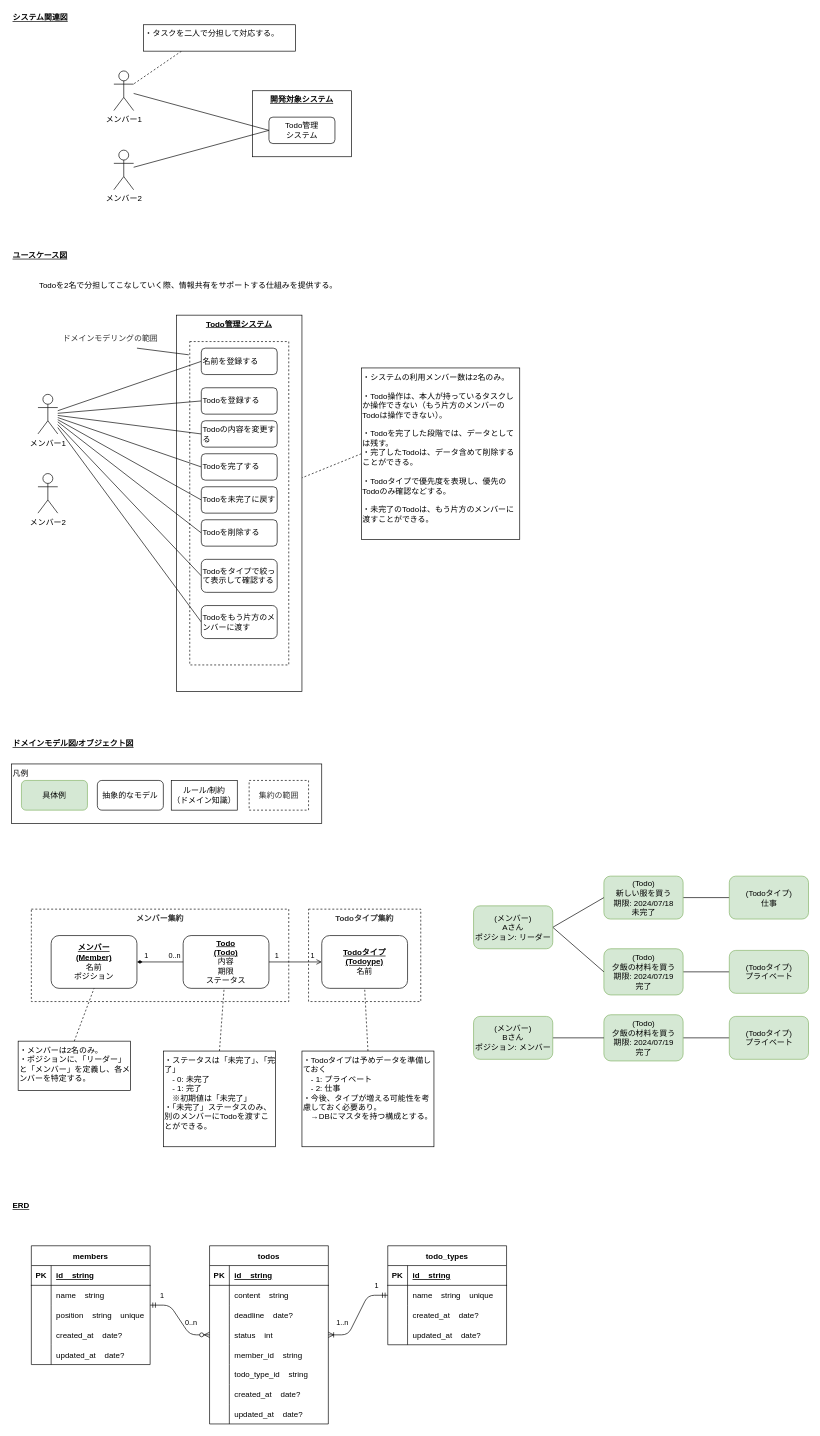
atman-33/electron-vite-react-ddd-ts keeps this draw.io diagram as src/main/domain/models/domain-model.drawio. Above is the earlier version. Source tidied: cells renumbered, new cells numbered last; positions are measured from the earlier drawing's top-left corner, leaving out a move shared by most shapes. Both pictures are drawn from the tidied source at 66%, with x=0, y=0 at pixel (11, 11).
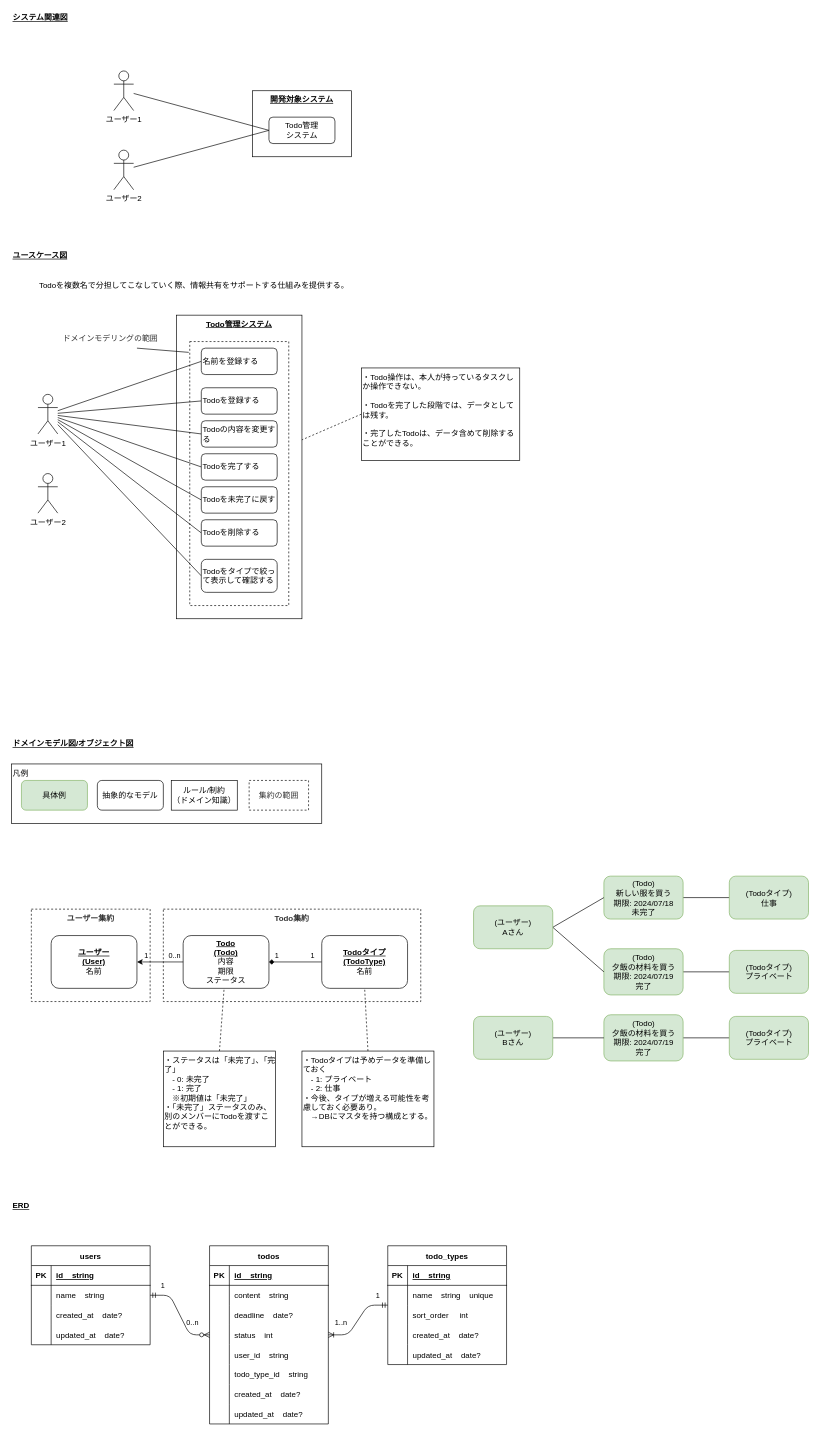
Above is the later version.

Commit message (it also covers changes not shown here):
refactor: リファクタリング

ドメインモデル図とconfig-repositoryを更新した。

Unchanged cells that the change refers to:
```xml
<mxCell id="40" value="&lt;u style=&quot;font-weight: bold;&quot;&gt;Todo&lt;/u&gt;&lt;br&gt;&lt;u style=&quot;font-weight: bold;&quot;&gt;(Todo)&lt;/u&gt;&lt;br&gt;内容&lt;br&gt;期限&lt;br&gt;ステータス" style="rounded=1;whiteSpace=wrap;html=1;align=center;" parent="1" vertex="1">
  <mxGeometry x="260" y="1400" width="130" height="80" as="geometry" />
</mxCell>
<mxCell id="95" style="shape=tableRow;horizontal=0;startSize=0;swimlaneHead=0;swimlaneBody=0;fillColor=none;top=0;left=0;right=0;bottom=0;" parent="82" vertex="1">
  <mxGeometry y="150" width="180" height="30" as="geometry" />
</mxCell>
```

Diff of the diagram source:
```diff
@@
-    <mxCell id="3" value="メンバー集約" style="rounded=0;whiteSpace=wrap;html=1;fontColor=#333333;dashed=1;verticalAlign=top;fontStyle=1;" parent="1" vertex="1">
-      <mxGeometry x="30" y="1360" width="390" height="140" as="geometry" />
+    <mxCell id="3" value="ユーザー集約" style="rounded=0;whiteSpace=wrap;html=1;fontColor=#333333;dashed=1;verticalAlign=top;fontStyle=1;" parent="1" vertex="1">
+      <mxGeometry x="30" y="1360" width="180" height="140" as="geometry" />
     </mxCell>
-    <mxCell id="4" value="Todoタイプ集約" style="rounded=0;whiteSpace=wrap;html=1;fontColor=#333333;dashed=1;verticalAlign=top;fontStyle=1;" parent="1" vertex="1">
-      <mxGeometry x="450" y="1360" width="170" height="140" as="geometry" />
+    <mxCell id="4" value="Todo集約" style="rounded=0;whiteSpace=wrap;html=1;fontColor=#333333;dashed=1;verticalAlign=top;fontStyle=1;" parent="1" vertex="1">
+      <mxGeometry x="230" y="1360" width="390" height="140" as="geometry" />
     </mxCell>
     <mxCell id="5" value="&lt;u&gt;&lt;b&gt;Todo管理システム&lt;/b&gt;&lt;/u&gt;" style="rounded=0;whiteSpace=wrap;html=1;verticalAlign=top;" parent="1" vertex="1">
-      <mxGeometry x="250" y="460" width="190" height="570" as="geometry" />
+      <mxGeometry x="250" y="460" width="190" height="460" as="geometry" />
     </mxCell>
     <mxCell id="6" style="rounded=0;whiteSpace=wrap;html=1;fontColor=#FF0000;dashed=1;fillColor=default;" parent="1" vertex="1">
-      <mxGeometry x="270" y="500" width="150" height="490" as="geometry" />
+      <mxGeometry x="270" y="500" width="150" height="400" as="geometry" />
     </mxCell>
@@
-    <mxCell id="8" value="メンバー1" style="shape=umlActor;verticalLabelPosition=bottom;verticalAlign=top;html=1;outlineConnect=0;" parent="1" vertex="1">
+    <mxCell id="8" value="ユーザー1" style="shape=umlActor;verticalLabelPosition=bottom;verticalAlign=top;html=1;outlineConnect=0;" parent="1" vertex="1">
       <mxGeometry x="40" y="580" width="30" height="60" as="geometry" />
     </mxCell>
@@
-    <mxCell id="20" value="・システムの利用メンバー数は2名のみ。&lt;br&gt;&lt;br&gt;・Todo操作は、本人が持っているタスクしか操作できない（もう片方のメンバーのTodoは操作できない）。&lt;br&gt;&lt;br&gt;・Todoを完了した段階では、データとしては残す。&lt;br&gt;・完了したTodoは、データ含めて削除することができる。&lt;br&gt;&lt;br&gt;・Todoタイプで優先度を表現し、優先のTodoのみ確認などする。&lt;br&gt;&lt;br&gt;・未完了のTodoは、もう片方のメンバーに渡すことができる。" style="rounded=0;whiteSpace=wrap;html=1;fillColor=default;align=left;verticalAlign=top;" parent="1" vertex="1">
-      <mxGeometry x="530" y="540" width="240" height="260" as="geometry" />
+    <mxCell id="20" value="・Todo操作は、本人が持っているタスクしか操作できない。&lt;br&gt;&lt;br&gt;・Todoを完了した段階では、データとしては残す。&lt;br&gt;&lt;br&gt;・完了したTodoは、データ含めて削除することができる。" style="rounded=0;whiteSpace=wrap;html=1;fillColor=default;align=left;verticalAlign=top;" parent="1" vertex="1">
+      <mxGeometry x="530" y="540" width="240" height="140" as="geometry" />
     </mxCell>
@@
-    <mxCell id="37" style="edgeStyle=none;html=1;exitX=1;exitY=0.5;exitDx=0;exitDy=0;entryX=0;entryY=0.5;entryDx=0;entryDy=0;endArrow=open;endFill=0;" parent="1" edge="1" source="40" target="55">
+    <mxCell id="37" style="edgeStyle=none;html=1;exitX=1;exitY=0.5;exitDx=0;exitDy=0;entryX=0;entryY=0.5;entryDx=0;entryDy=0;endArrow=none;endFill=0;startArrow=diamond;startFill=1;" parent="1" edge="1" source="40" target="55">
       <mxGeometry relative="1" as="geometry" />
     </mxCell>
@@
-    <mxCell id="41" value="メンバー2" style="shape=umlActor;verticalLabelPosition=bottom;verticalAlign=top;html=1;" parent="1" vertex="1">
+    <mxCell id="41" value="ユーザー2" style="shape=umlActor;verticalLabelPosition=bottom;verticalAlign=top;html=1;" parent="1" vertex="1">
       <mxGeometry x="40" y="700" width="30" height="60" as="geometry" />
     </mxCell>
-    <mxCell id="42" style="edgeStyle=none;html=1;exitX=0;exitY=0.5;exitDx=0;exitDy=0;endArrow=none;endFill=0;" parent="1" edge="1" source="43" target="8">
-      <mxGeometry relative="1" as="geometry" />
-    </mxCell>
-    <mxCell id="43" value="Todoをもう片方のメンバーに渡す" style="rounded=1;whiteSpace=wrap;html=1;align=left;" parent="1" vertex="1">
-      <mxGeometry x="287.5" y="900" width="115" height="50" as="geometry" />
-    </mxCell>
-    <mxCell id="44" value="Todoを2名で分担してこなしていく際、情報共有をサポートする仕組みを提供する。" style="text;html=1;strokeColor=none;fillColor=none;align=left;verticalAlign=middle;whiteSpace=wrap;rounded=0;" parent="1" vertex="1">
+    <mxCell id="44" value="Todoを複数名で分担してこなしていく際、情報共有をサポートする仕組みを提供する。" style="text;html=1;strokeColor=none;fillColor=none;align=left;verticalAlign=middle;whiteSpace=wrap;rounded=0;" parent="1" vertex="1">
       <mxGeometry x="40" y="400" width="500" height="30" as="geometry" />
     </mxCell>
@@
-    <mxCell id="47" value="(メンバー)&lt;br&gt;Aさん&lt;br&gt;ポジション: リーダー" style="rounded=1;whiteSpace=wrap;html=1;align=center;fillColor=#d5e8d4;strokeColor=#82b366;" parent="1" vertex="1">
+    <mxCell id="47" value="(ユーザー)&lt;br&gt;Aさん" style="rounded=1;whiteSpace=wrap;html=1;align=center;fillColor=#d5e8d4;strokeColor=#82b366;" parent="1" vertex="1">
       <mxGeometry x="700" y="1355" width="120" height="65" as="geometry" />
     </mxCell>
@@
-    <mxCell id="52" value="(メンバー)&lt;br&gt;Bさん&lt;br&gt;ポジション: メンバー" style="rounded=1;whiteSpace=wrap;html=1;align=center;fillColor=#d5e8d4;strokeColor=#82b366;" parent="1" vertex="1">
+    <mxCell id="52" value="(ユーザー)&lt;br&gt;Bさん" style="rounded=1;whiteSpace=wrap;html=1;align=center;fillColor=#d5e8d4;strokeColor=#82b366;" parent="1" vertex="1">
       <mxGeometry x="700" y="1522.5" width="120" height="65" as="geometry" />
     </mxCell>
@@
-    <mxCell id="55" value="&lt;u style=&quot;font-weight: bold;&quot;&gt;Todoタイプ&lt;/u&gt;&lt;br&gt;&lt;u style=&quot;font-weight: bold;&quot;&gt;(Todoype)&lt;/u&gt;&lt;br&gt;名前" style="rounded=1;whiteSpace=wrap;html=1;align=center;" parent="1" vertex="1">
+    <mxCell id="55" value="&lt;u style=&quot;font-weight: bold;&quot;&gt;Todoタイプ&lt;/u&gt;&lt;br&gt;&lt;u style=&quot;font-weight: bold;&quot;&gt;(TodoType)&lt;/u&gt;&lt;br&gt;名前" style="rounded=1;whiteSpace=wrap;html=1;align=center;" parent="1" vertex="1">
       <mxGeometry x="470" y="1400" width="130" height="80" as="geometry" />
     </mxCell>
-    <mxCell id="56" style="edgeStyle=none;html=1;exitX=1;exitY=0.5;exitDx=0;exitDy=0;entryX=0;entryY=0.5;entryDx=0;entryDy=0;endArrow=none;endFill=0;startArrow=diamondThin;startFill=1;" parent="1" edge="1" source="59" target="40">
+    <mxCell id="56" style="edgeStyle=none;html=1;exitX=1;exitY=0.5;exitDx=0;exitDy=0;entryX=0;entryY=0.5;entryDx=0;entryDy=0;endArrow=none;endFill=0;startArrow=classic;startFill=1;" parent="1" edge="1" source="59" target="40">
       <mxGeometry relative="1" as="geometry" />
     </mxCell>
@@
-    <mxCell id="59" value="&lt;b&gt;&lt;u&gt;メンバー&lt;/u&gt;&lt;/b&gt;&lt;br&gt;&lt;u style=&quot;font-weight: bold;&quot;&gt;(Member)&lt;/u&gt;&lt;br&gt;名前&lt;br&gt;ポジション" style="rounded=1;whiteSpace=wrap;html=1;align=center;" parent="1" vertex="1">
+    <mxCell id="59" value="&lt;b&gt;&lt;u&gt;ユーザー&lt;/u&gt;&lt;/b&gt;&lt;br&gt;&lt;u style=&quot;font-weight: bold;&quot;&gt;(User)&lt;/u&gt;&lt;br&gt;名前" style="rounded=1;whiteSpace=wrap;html=1;align=center;" parent="1" vertex="1">
       <mxGeometry x="60" y="1400" width="130" height="80" as="geometry" />
     </mxCell>
@@
-    <mxCell id="64" style="edgeStyle=none;html=1;exitX=0.5;exitY=0;exitDx=0;exitDy=0;entryX=0.5;entryY=1;entryDx=0;entryDy=0;dashed=1;startArrow=none;startFill=0;endArrow=none;endFill=0;" parent="1" edge="1" source="65" target="59">
-      <mxGeometry relative="1" as="geometry" />
-    </mxCell>
-    <mxCell id="65" value="・メンバーは2名のみ。&lt;br&gt;・ポジションに、「リーダー」と「メンバー」を定義し、各メンバーを特定する。" style="rounded=0;whiteSpace=wrap;html=1;align=left;verticalAlign=top;" parent="1" vertex="1">
-      <mxGeometry x="10" y="1560" width="170" height="75" as="geometry" />
-    </mxCell>
-    <mxCell id="66" value="members" style="shape=table;startSize=30;childLayout=tableLayout;rowLines=0;fontStyle=1;align=center;" parent="1" vertex="1">
-      <mxGeometry x="30" y="1870" width="180" height="180" as="geometry" />
+    <mxCell id="66" value="users" style="shape=table;startSize=30;childLayout=tableLayout;rowLines=0;fontStyle=1;align=center;" parent="1" vertex="1">
+      <mxGeometry x="30" y="1870" width="180" height="150" as="geometry" />
     </mxCell>
@@
-    <mxCell id="73" style="shape=tableRow;horizontal=0;startSize=0;swimlaneHead=0;swimlaneBody=0;fillColor=none;top=0;left=0;right=0;bottom=0;" parent="66" vertex="1">
-      <mxGeometry y="90" width="180" height="30" as="geometry" />
-    </mxCell>
-    <mxCell id="74" style="shape=partialRectangle;fillColor=none;top=0;left=0;bottom=0;right=0;overflow=hidden;" parent="73" vertex="1">
-      <mxGeometry width="30" height="30" as="geometry" />
-    </mxCell>
-    <mxCell id="75" value="position    string    unique" style="shape=partialRectangle;fillColor=none;top=0;left=0;bottom=0;right=0;align=left;spacingLeft=6;overflow=hidden;" parent="73" vertex="1">
-      <mxGeometry x="30" width="150" height="30" as="geometry" />
-    </mxCell>
     <mxCell id="76" style="shape=tableRow;horizontal=0;startSize=0;swimlaneHead=0;swimlaneBody=0;fillColor=none;top=0;left=0;right=0;bottom=0;" parent="66" vertex="1">
-      <mxGeometry y="120" width="180" height="30" as="geometry" />
+      <mxGeometry y="90" width="180" height="30" as="geometry" />
     </mxCell>
@@
     <mxCell id="79" style="shape=tableRow;horizontal=0;startSize=0;swimlaneHead=0;swimlaneBody=0;fillColor=none;top=0;left=0;right=0;bottom=0;" parent="66" vertex="1">
-      <mxGeometry y="150" width="180" height="30" as="geometry" />
+      <mxGeometry y="120" width="180" height="30" as="geometry" />
     </mxCell>
@@
-    <mxCell id="97" value="member_id    string" style="shape=partialRectangle;fillColor=none;top=0;left=0;bottom=0;right=0;align=left;spacingLeft=6;overflow=hidden;" parent="95" vertex="1">
+    <mxCell id="97" value="user_id    string" style="shape=partialRectangle;fillColor=none;top=0;left=0;bottom=0;right=0;align=left;spacingLeft=6;overflow=hidden;" parent="95" vertex="1">
       <mxGeometry x="30" width="150" height="30" as="geometry" />
     </mxCell>
@@
     <mxCell id="107" value="todo_types" style="shape=table;startSize=30;childLayout=tableLayout;rowLines=0;fontStyle=1;align=center;" parent="1" vertex="1">
-      <mxGeometry x="570" y="1870" width="180" height="150" as="geometry" />
+      <mxGeometry x="570" y="1870" width="180" height="180" as="geometry" />
     </mxCell>
@@
+    <mxCell id="133" style="shape=tableRow;horizontal=0;startSize=0;swimlaneHead=0;swimlaneBody=0;fillColor=none;top=0;left=0;right=0;bottom=0;" parent="107" vertex="1">
+      <mxGeometry y="90" width="180" height="30" as="geometry" />
+    </mxCell>
+    <mxCell id="74" style="shape=partialRectangle;fillColor=none;top=0;left=0;bottom=0;right=0;overflow=hidden;" parent="133" vertex="1">
+      <mxGeometry width="30" height="30" as="geometry" />
+    </mxCell>
+    <mxCell id="135" value="sort_order     int" style="shape=partialRectangle;fillColor=none;top=0;left=0;bottom=0;right=0;align=left;spacingLeft=6;overflow=hidden;" parent="133" vertex="1">
+      <mxGeometry x="30" width="150" height="30" as="geometry" />
+    </mxCell>
     <mxCell id="114" style="shape=tableRow;horizontal=0;startSize=0;swimlaneHead=0;swimlaneBody=0;fillColor=none;top=0;left=0;right=0;bottom=0;" parent="107" vertex="1">
-      <mxGeometry y="90" width="180" height="30" as="geometry" />
+      <mxGeometry y="120" width="180" height="30" as="geometry" />
     </mxCell>
@@
     <mxCell id="117" style="shape=tableRow;horizontal=0;startSize=0;swimlaneHead=0;swimlaneBody=0;fillColor=none;top=0;left=0;right=0;bottom=0;" parent="107" vertex="1">
-      <mxGeometry y="120" width="180" height="30" as="geometry" />
+      <mxGeometry y="150" width="180" height="30" as="geometry" />
     </mxCell>
@@
-    <mxCell id="131" value="メンバー1" style="shape=umlActor;verticalLabelPosition=bottom;verticalAlign=top;html=1;outlineConnect=0;" parent="1" vertex="1">
+    <mxCell id="131" value="ユーザー1" style="shape=umlActor;verticalLabelPosition=bottom;verticalAlign=top;html=1;outlineConnect=0;" parent="1" vertex="1">
       <mxGeometry x="155" y="90" width="30" height="60" as="geometry" />
     </mxCell>
-    <mxCell id="132" value="メンバー2" style="shape=umlActor;verticalLabelPosition=bottom;verticalAlign=top;html=1;outlineConnect=0;" parent="1" vertex="1">
+    <mxCell id="132" value="ユーザー2" style="shape=umlActor;verticalLabelPosition=bottom;verticalAlign=top;html=1;outlineConnect=0;" parent="1" vertex="1">
       <mxGeometry x="155" y="210" width="30" height="60" as="geometry" />
     </mxCell>
-    <mxCell id="133" style="edgeStyle=none;html=1;exitX=0.25;exitY=1;exitDx=0;exitDy=0;endArrow=none;endFill=0;dashed=1;" parent="1" edge="1" source="134" target="131">
-      <mxGeometry relative="1" as="geometry" />
-    </mxCell>
-    <mxCell id="134" value="・タスクを二人で分担して対応する。" style="rounded=0;whiteSpace=wrap;html=1;align=left;verticalAlign=top;" parent="1" vertex="1">
-      <mxGeometry x="200" y="20" width="230" height="40" as="geometry" />
-    </mxCell>
```
